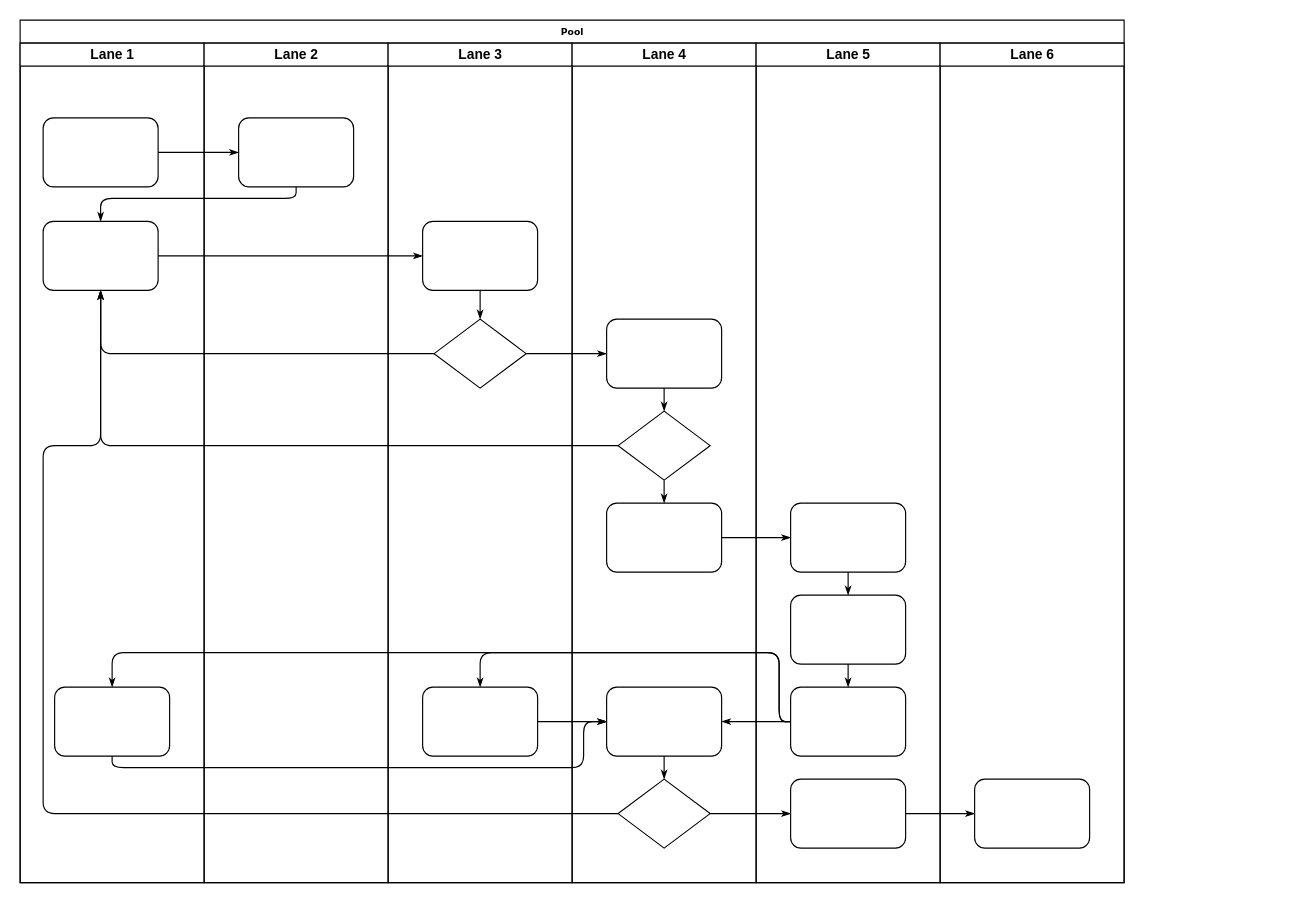
This is RetainerBox.drawio from fdaf11/UML, a draw.io file, before an edit. Source tidied: cells renumbered, new cells numbered last; positions are measured from the earlier drawing's top-left corner, leaving out a move shared by most shapes. Both pictures are drawn from the tidied source at 115%, with x=0, y=0 at pixel (20, 20).
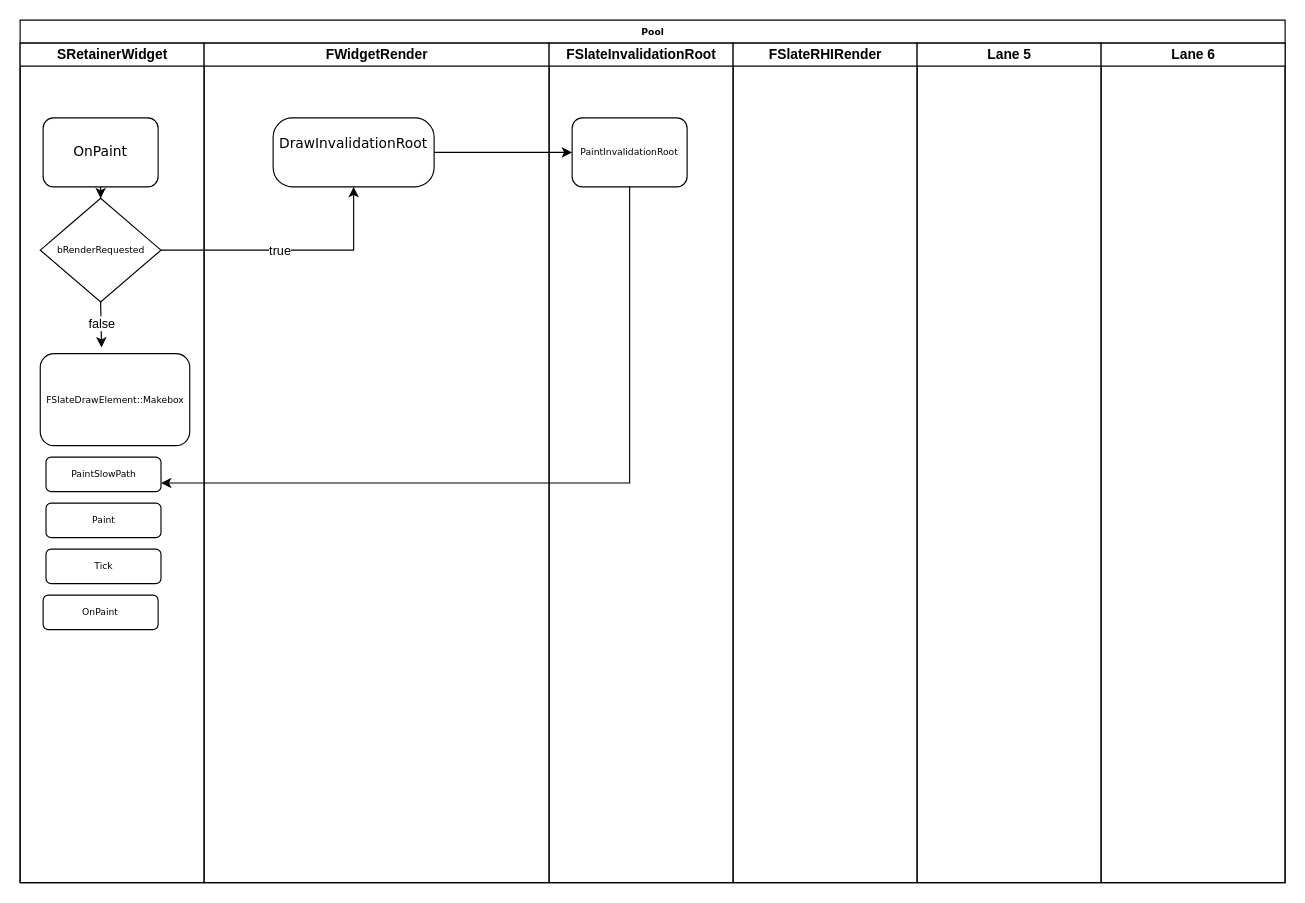
Above is the later version.

The edit, as a diff of the source:
```diff
@@
     <mxCell id="2" value="Pool" style="swimlane;html=1;startSize=20;rounded=0;shadow=0;labelBackgroundColor=none;strokeWidth=1;fontFamily=Verdana;fontSize=8;align=center;" parent="1" vertex="1">
-      <mxGeometry width="960" height="750" as="geometry" />
+      <mxGeometry width="1100" height="750" as="geometry" />
     </mxCell>
-    <mxCell id="3" value="Lane 1" style="swimlane;html=1;startSize=20;" parent="2" vertex="1">
+    <mxCell id="3" value="SRetainerWidget" style="swimlane;html=1;startSize=20;" parent="2" vertex="1">
       <mxGeometry y="20" width="160" height="730" as="geometry" />
     </mxCell>
+    <mxCell id="47" style="edgeStyle=orthogonalEdgeStyle;rounded=0;jettySize=auto;html=1;" parent="3" edge="1" source="4" target="48">
+      <mxGeometry relative="1" as="geometry" />
+    </mxCell>
-    <mxCell id="4" style="rounded=1;whiteSpace=wrap;html=1;shadow=0;labelBackgroundColor=none;strokeWidth=1;fontFamily=Verdana;fontSize=8;align=center;" parent="3" vertex="1">
+    <mxCell id="4" value="&lt;font style=&quot;font-size: 12px;&quot;&gt;OnPaint&lt;/font&gt;" style="rounded=1;whiteSpace=wrap;html=1;shadow=0;labelBackgroundColor=none;strokeWidth=1;fontFamily=Verdana;fontSize=8;align=center;" parent="3" vertex="1">
       <mxGeometry x="20" y="65" width="100" height="60" as="geometry" />
     </mxCell>
-    <mxCell id="5" style="rounded=1;whiteSpace=wrap;html=1;shadow=0;labelBackgroundColor=none;strokeWidth=1;fontFamily=Verdana;fontSize=8;align=center;" parent="3" vertex="1">
-      <mxGeometry x="20" y="155" width="100" height="60" as="geometry" />
-    </mxCell>
-    <mxCell id="6" style="rounded=1;whiteSpace=wrap;html=1;shadow=0;labelBackgroundColor=none;strokeWidth=1;fontFamily=Verdana;fontSize=8;align=center;" parent="3" vertex="1">
-      <mxGeometry x="30" y="560" width="100" height="60" as="geometry" />
+    <mxCell id="6" value="FSlateDrawElement::Makebox" style="rounded=1;whiteSpace=wrap;html=1;shadow=0;labelBackgroundColor=none;strokeWidth=1;fontFamily=Verdana;fontSize=8;align=center;" parent="3" vertex="1">
+      <mxGeometry x="17.5" y="270" width="130" height="80" as="geometry" />
     </mxCell>
-    <mxCell id="7" style="edgeStyle=orthogonalEdgeStyle;rounded=1;html=1;labelBackgroundColor=none;startArrow=none;startFill=0;startSize=5;endArrow=classicThin;endFill=1;endSize=5;jettySize=auto;strokeWidth=1;fontFamily=Verdana;fontSize=8;" parent="2" edge="1" source="4" target="23">
-      <mxGeometry relative="1" as="geometry" />
-    </mxCell>
-    <mxCell id="8" style="edgeStyle=orthogonalEdgeStyle;rounded=1;html=1;labelBackgroundColor=none;startArrow=none;startFill=0;startSize=5;endArrow=classicThin;endFill=1;endSize=5;jettySize=auto;strokeWidth=1;fontFamily=Verdana;fontSize=8;" parent="2" edge="1" source="23" target="5">
-      <mxGeometry relative="1" as="geometry">
-        <Array as="points">
-          <mxPoint x="240" y="155" />
-          <mxPoint x="70" y="155" />
-        </Array>
-      </mxGeometry>
-    </mxCell>
-    <mxCell id="9" style="edgeStyle=orthogonalEdgeStyle;rounded=1;html=1;labelBackgroundColor=none;startArrow=none;startFill=0;startSize=5;endArrow=classicThin;endFill=1;endSize=5;jettySize=auto;strokeWidth=1;fontFamily=Verdana;fontSize=8;" parent="2" edge="1" source="5" target="25">
-      <mxGeometry relative="1" as="geometry" />
-    </mxCell>
-    <mxCell id="10" style="edgeStyle=orthogonalEdgeStyle;rounded=1;html=1;labelBackgroundColor=none;startArrow=none;startFill=0;startSize=5;endArrow=classicThin;endFill=1;endSize=5;jettySize=auto;strokeWidth=1;fontFamily=Verdana;fontSize=8;" parent="2" edge="1" source="26" target="5">
-      <mxGeometry relative="1" as="geometry" />
-    </mxCell>
-    <mxCell id="11" style="edgeStyle=orthogonalEdgeStyle;rounded=1;html=1;labelBackgroundColor=none;startArrow=none;startFill=0;startSize=5;endArrow=classicThin;endFill=1;endSize=5;jettySize=auto;strokeWidth=1;fontFamily=Verdana;fontSize=8;" parent="2" edge="1" source="31" target="5">
-      <mxGeometry relative="1" as="geometry" />
-    </mxCell>
-    <mxCell id="12" style="edgeStyle=orthogonalEdgeStyle;rounded=1;html=1;labelBackgroundColor=none;startArrow=none;startFill=0;startSize=5;endArrow=classicThin;endFill=1;endSize=5;jettySize=auto;strokeWidth=1;fontFamily=Verdana;fontSize=8;" parent="2" edge="1" source="34" target="5">
-      <mxGeometry relative="1" as="geometry">
-        <Array as="points">
-          <mxPoint x="20" y="690" />
-          <mxPoint x="20" y="370" />
-          <mxPoint x="70" y="370" />
-        </Array>
-      </mxGeometry>
-    </mxCell>
-    <mxCell id="13" style="edgeStyle=orthogonalEdgeStyle;rounded=1;html=1;labelBackgroundColor=none;startArrow=none;startFill=0;startSize=5;endArrow=classicThin;endFill=1;endSize=5;jettySize=auto;strokeWidth=1;fontFamily=Verdana;fontSize=8;" parent="2" edge="1" source="26" target="30">
-      <mxGeometry relative="1" as="geometry" />
-    </mxCell>
-    <mxCell id="14" style="edgeStyle=orthogonalEdgeStyle;rounded=1;html=1;labelBackgroundColor=none;startArrow=none;startFill=0;startSize=5;endArrow=classicThin;endFill=1;endSize=5;jettySize=auto;strokeWidth=1;fontFamily=Verdana;fontSize=8;" parent="2" edge="1" source="34" target="42">
-      <mxGeometry relative="1" as="geometry" />
-    </mxCell>
-    <mxCell id="15" style="edgeStyle=orthogonalEdgeStyle;rounded=1;html=1;labelBackgroundColor=none;startArrow=none;startFill=0;startSize=5;endArrow=classicThin;endFill=1;endSize=5;jettySize=auto;strokeWidth=1;fontFamily=Verdana;fontSize=8;" parent="2" edge="1" source="42" target="46">
-      <mxGeometry relative="1" as="geometry" />
-    </mxCell>
-    <mxCell id="16" style="edgeStyle=orthogonalEdgeStyle;rounded=1;html=1;labelBackgroundColor=none;startArrow=none;startFill=0;startSize=5;endArrow=classicThin;endFill=1;endSize=5;jettySize=auto;strokeWidth=1;fontFamily=Verdana;fontSize=8;" parent="2" edge="1" source="32" target="39">
-      <mxGeometry relative="1" as="geometry" />
-    </mxCell>
-    <mxCell id="17" style="edgeStyle=orthogonalEdgeStyle;rounded=1;html=1;labelBackgroundColor=none;startArrow=none;startFill=0;startSize=5;endArrow=classicThin;endFill=1;endSize=5;jettySize=auto;strokeWidth=1;fontFamily=Verdana;fontSize=8;" parent="2" edge="1" source="41" target="27">
-      <mxGeometry relative="1" as="geometry">
-        <Array as="points">
-          <mxPoint x="660" y="610" />
-          <mxPoint x="660" y="550" />
-          <mxPoint x="400" y="550" />
-        </Array>
-      </mxGeometry>
-    </mxCell>
-    <mxCell id="18" style="edgeStyle=orthogonalEdgeStyle;rounded=1;html=1;labelBackgroundColor=none;startArrow=none;startFill=0;startSize=5;endArrow=classicThin;endFill=1;endSize=5;jettySize=auto;strokeColor=#000000;strokeWidth=1;fontFamily=Verdana;fontSize=8;fontColor=#000000;" parent="2" edge="1" source="41" target="33">
-      <mxGeometry relative="1" as="geometry" />
-    </mxCell>
-    <mxCell id="19" style="edgeStyle=orthogonalEdgeStyle;rounded=1;html=1;labelBackgroundColor=none;startArrow=none;startFill=0;startSize=5;endArrow=classicThin;endFill=1;endSize=5;jettySize=auto;strokeWidth=1;fontFamily=Verdana;fontSize=8;" parent="2" edge="1" source="41" target="6">
-      <mxGeometry relative="1" as="geometry">
-        <Array as="points">
-          <mxPoint x="660" y="610" />
-          <mxPoint x="660" y="550" />
-          <mxPoint x="80" y="550" />
-        </Array>
-      </mxGeometry>
-    </mxCell>
-    <mxCell id="20" style="edgeStyle=orthogonalEdgeStyle;rounded=1;html=1;labelBackgroundColor=none;startArrow=none;startFill=0;startSize=5;endArrow=classicThin;endFill=1;endSize=5;jettySize=auto;strokeWidth=1;fontFamily=Verdana;fontSize=8;" parent="2" edge="1" source="6" target="33">
-      <mxGeometry relative="1" as="geometry">
-        <Array as="points">
-          <mxPoint x="80" y="650" />
-          <mxPoint x="490" y="650" />
-          <mxPoint x="490" y="610" />
-        </Array>
-      </mxGeometry>
-    </mxCell>
-    <mxCell id="21" style="edgeStyle=orthogonalEdgeStyle;rounded=1;html=1;labelBackgroundColor=none;startArrow=none;startFill=0;startSize=5;endArrow=classicThin;endFill=1;endSize=5;jettySize=auto;strokeWidth=1;fontFamily=Verdana;fontSize=8;" parent="2" edge="1" source="27" target="33">
-      <mxGeometry relative="1" as="geometry" />
-    </mxCell>
+    <mxCell id="48" value="bRenderRequested" style="rhombus;whiteSpace=wrap;html=1;fontSize=8;fontFamily=Verdana;rounded=1;shadow=0;labelBackgroundColor=none;strokeWidth=1;arcSize=0;" parent="3" vertex="1">
+      <mxGeometry x="17.5" y="135" width="105" height="90" as="geometry" />
+    </mxCell>
+    <mxCell id="49" style="edgeStyle=orthogonalEdgeStyle;rounded=0;jettySize=auto;html=1;exitX=0.5;exitY=1;exitDx=0;exitDy=0;entryX=0.41;entryY=-0.067;entryDx=0;entryDy=0;entryPerimeter=0;" parent="3" edge="1" source="48" target="6">
+      <mxGeometry relative="1" as="geometry" />
+    </mxCell>
+    <mxCell id="50" value="false" style="edgeLabel;html=1;align=center;verticalAlign=middle;" parent="49" vertex="1">
+      <mxGeometry x="-0.04" relative="1" as="geometry" />
+    </mxCell>
+    <mxCell id="51" value="PaintSlowPath" style="rounded=1;whiteSpace=wrap;html=1;shadow=0;labelBackgroundColor=none;strokeWidth=1;fontFamily=Verdana;fontSize=8;align=center;" parent="3" vertex="1">
+      <mxGeometry x="22.5" y="360" width="100" height="30" as="geometry" />
+    </mxCell>
+    <mxCell id="52" value="Paint" style="rounded=1;whiteSpace=wrap;html=1;shadow=0;labelBackgroundColor=none;strokeWidth=1;fontFamily=Verdana;fontSize=8;align=center;" parent="3" vertex="1">
+      <mxGeometry x="22.5" y="400" width="100" height="30" as="geometry" />
+    </mxCell>
+    <mxCell id="53" value="Tick" style="rounded=1;whiteSpace=wrap;html=1;shadow=0;labelBackgroundColor=none;strokeWidth=1;fontFamily=Verdana;fontSize=8;align=center;" parent="3" vertex="1">
+      <mxGeometry x="22.5" y="440" width="100" height="30" as="geometry" />
+    </mxCell>
+    <mxCell id="54" value="OnPaint" style="rounded=1;whiteSpace=wrap;html=1;shadow=0;labelBackgroundColor=none;strokeWidth=1;fontFamily=Verdana;fontSize=8;align=center;" parent="3" vertex="1">
+      <mxGeometry x="20" y="480" width="100" height="30" as="geometry" />
+    </mxCell>
-    <mxCell id="22" value="Lane 2" style="swimlane;html=1;startSize=20;" parent="2" vertex="1">
-      <mxGeometry x="160" y="20" width="160" height="730" as="geometry" />
+    <mxCell id="22" value="FWidgetRender" style="swimlane;html=1;startSize=20;" parent="2" vertex="1">
+      <mxGeometry x="160" y="20" width="300" height="730" as="geometry" />
     </mxCell>
-    <mxCell id="23" style="rounded=1;whiteSpace=wrap;html=1;shadow=0;labelBackgroundColor=none;strokeWidth=1;fontFamily=Verdana;fontSize=8;align=center;" parent="22" vertex="1">
-      <mxGeometry x="30" y="65" width="100" height="60" as="geometry" />
+    <mxCell id="23" value="&lt;span style=&quot;font-size: 12px;&quot;&gt;DrawInvalidationRoot&lt;/span&gt;&lt;div&gt;&lt;span style=&quot;font-size: 12px;&quot;&gt;&lt;br&gt;&lt;/span&gt;&lt;/div&gt;" style="rounded=1;whiteSpace=wrap;html=1;shadow=0;labelBackgroundColor=none;strokeWidth=1;fontFamily=Verdana;fontSize=8;align=center;arcSize=28;" parent="22" vertex="1">
+      <mxGeometry x="60" y="65" width="140" height="60" as="geometry" />
     </mxCell>
-    <mxCell id="24" value="Lane 3" style="swimlane;html=1;startSize=20;" parent="2" vertex="1">
-      <mxGeometry x="320" y="20" width="160" height="730" as="geometry" />
+    <mxCell id="24" value="FSlateInvalidationRoot" style="swimlane;html=1;startSize=20;" parent="2" vertex="1">
+      <mxGeometry x="460" y="20" width="160" height="730" as="geometry" />
     </mxCell>
-    <mxCell id="25" style="rounded=1;whiteSpace=wrap;html=1;shadow=0;labelBackgroundColor=none;strokeWidth=1;fontFamily=Verdana;fontSize=8;align=center;" parent="24" vertex="1">
-      <mxGeometry x="30" y="155" width="100" height="60" as="geometry" />
+    <mxCell id="25" value="PaintInvalidationRoot" style="rounded=1;whiteSpace=wrap;html=1;shadow=0;labelBackgroundColor=none;strokeWidth=1;fontFamily=Verdana;fontSize=8;align=center;" parent="24" vertex="1">
+      <mxGeometry x="20" y="65" width="100" height="60" as="geometry" />
     </mxCell>
-    <mxCell id="26" style="rhombus;whiteSpace=wrap;html=1;rounded=0;shadow=0;labelBackgroundColor=none;strokeWidth=1;fontFamily=Verdana;fontSize=8;align=center;" parent="24" vertex="1">
-      <mxGeometry x="40" y="240" width="80" height="60" as="geometry" />
-    </mxCell>
-    <mxCell id="27" style="rounded=1;whiteSpace=wrap;html=1;shadow=0;labelBackgroundColor=none;strokeWidth=1;fontFamily=Verdana;fontSize=8;align=center;" parent="24" vertex="1">
-      <mxGeometry x="30" y="560" width="100" height="60" as="geometry" />
-    </mxCell>
-    <mxCell id="28" style="edgeStyle=orthogonalEdgeStyle;rounded=1;html=1;labelBackgroundColor=none;startArrow=none;startFill=0;startSize=5;endArrow=classicThin;endFill=1;endSize=5;jettySize=auto;strokeWidth=1;fontFamily=Verdana;fontSize=8;" parent="24" edge="1" source="25" target="26">
-      <mxGeometry relative="1" as="geometry" />
-    </mxCell>
-    <mxCell id="29" value="Lane 4" style="swimlane;html=1;startSize=20;" parent="2" vertex="1">
-      <mxGeometry x="480" y="20" width="160" height="730" as="geometry" />
+    <mxCell id="29" value="FSlateRHIRender" style="swimlane;html=1;startSize=20;" parent="2" vertex="1">
+      <mxGeometry x="620" y="20" width="160" height="730" as="geometry" />
     </mxCell>
-    <mxCell id="30" style="rounded=1;whiteSpace=wrap;html=1;shadow=0;labelBackgroundColor=none;strokeWidth=1;fontFamily=Verdana;fontSize=8;align=center;" parent="29" vertex="1">
-      <mxGeometry x="30" y="240" width="100" height="60" as="geometry" />
-    </mxCell>
-    <mxCell id="31" style="rhombus;whiteSpace=wrap;html=1;rounded=0;shadow=0;labelBackgroundColor=none;strokeWidth=1;fontFamily=Verdana;fontSize=8;align=center;" parent="29" vertex="1">
-      <mxGeometry x="40" y="320" width="80" height="60" as="geometry" />
-    </mxCell>
-    <mxCell id="32" style="rounded=1;whiteSpace=wrap;html=1;shadow=0;labelBackgroundColor=none;strokeWidth=1;fontFamily=Verdana;fontSize=8;align=center;" parent="29" vertex="1">
-      <mxGeometry x="30" y="400" width="100" height="60" as="geometry" />
-    </mxCell>
-    <mxCell id="33" style="rounded=1;whiteSpace=wrap;html=1;shadow=0;labelBackgroundColor=none;strokeWidth=1;fontFamily=Verdana;fontSize=8;align=center;" parent="29" vertex="1">
-      <mxGeometry x="30" y="560" width="100" height="60" as="geometry" />
-    </mxCell>
-    <mxCell id="34" style="rhombus;whiteSpace=wrap;html=1;rounded=0;shadow=0;labelBackgroundColor=none;strokeWidth=1;fontFamily=Verdana;fontSize=8;align=center;" parent="29" vertex="1">
-      <mxGeometry x="40" y="640" width="80" height="60" as="geometry" />
-    </mxCell>
-    <mxCell id="35" style="edgeStyle=orthogonalEdgeStyle;rounded=1;html=1;labelBackgroundColor=none;startArrow=none;startFill=0;startSize=5;endArrow=classicThin;endFill=1;endSize=5;jettySize=auto;strokeColor=#000000;strokeWidth=1;fontFamily=Verdana;fontSize=8;fontColor=#000000;" parent="29" edge="1" source="30" target="31">
-      <mxGeometry relative="1" as="geometry" />
-    </mxCell>
-    <mxCell id="36" style="edgeStyle=orthogonalEdgeStyle;rounded=1;html=1;labelBackgroundColor=none;startArrow=none;startFill=0;startSize=5;endArrow=classicThin;endFill=1;endSize=5;jettySize=auto;strokeWidth=1;fontFamily=Verdana;fontSize=8;" parent="29" edge="1" source="31" target="32">
-      <mxGeometry relative="1" as="geometry" />
-    </mxCell>
-    <mxCell id="37" style="edgeStyle=orthogonalEdgeStyle;rounded=1;html=1;labelBackgroundColor=none;startArrow=none;startFill=0;startSize=5;endArrow=classicThin;endFill=1;endSize=5;jettySize=auto;strokeWidth=1;fontFamily=Verdana;fontSize=8;" parent="29" edge="1" source="33" target="34">
-      <mxGeometry relative="1" as="geometry" />
-    </mxCell>
     <mxCell id="38" value="Lane 5" style="swimlane;html=1;startSize=20;" parent="2" vertex="1">
-      <mxGeometry x="640" y="20" width="160" height="730" as="geometry" />
+      <mxGeometry x="780" y="20" width="160" height="730" as="geometry" />
     </mxCell>
-    <mxCell id="39" style="rounded=1;whiteSpace=wrap;html=1;shadow=0;labelBackgroundColor=none;strokeWidth=1;fontFamily=Verdana;fontSize=8;align=center;" parent="38" vertex="1">
-      <mxGeometry x="30" y="400" width="100" height="60" as="geometry" />
-    </mxCell>
-    <mxCell id="40" style="rounded=1;whiteSpace=wrap;html=1;shadow=0;labelBackgroundColor=none;strokeWidth=1;fontFamily=Verdana;fontSize=8;align=center;" parent="38" vertex="1">
-      <mxGeometry x="30" y="480" width="100" height="60" as="geometry" />
-    </mxCell>
-    <mxCell id="41" style="rounded=1;whiteSpace=wrap;html=1;shadow=0;labelBackgroundColor=none;strokeWidth=1;fontFamily=Verdana;fontSize=8;align=center;" parent="38" vertex="1">
-      <mxGeometry x="30" y="560" width="100" height="60" as="geometry" />
-    </mxCell>
-    <mxCell id="42" style="rounded=1;whiteSpace=wrap;html=1;shadow=0;labelBackgroundColor=none;strokeWidth=1;fontFamily=Verdana;fontSize=8;align=center;" parent="38" vertex="1">
-      <mxGeometry x="30" y="640" width="100" height="60" as="geometry" />
-    </mxCell>
-    <mxCell id="43" style="edgeStyle=orthogonalEdgeStyle;rounded=1;html=1;labelBackgroundColor=none;startArrow=none;startFill=0;startSize=5;endArrow=classicThin;endFill=1;endSize=5;jettySize=auto;strokeWidth=1;fontFamily=Verdana;fontSize=8;" parent="38" edge="1" source="39" target="40">
-      <mxGeometry relative="1" as="geometry" />
-    </mxCell>
-    <mxCell id="44" style="edgeStyle=orthogonalEdgeStyle;rounded=1;html=1;labelBackgroundColor=none;startArrow=none;startFill=0;startSize=5;endArrow=classicThin;endFill=1;endSize=5;jettySize=auto;strokeWidth=1;fontFamily=Verdana;fontSize=8;" parent="38" edge="1" source="40" target="41">
-      <mxGeometry relative="1" as="geometry" />
-    </mxCell>
     <mxCell id="45" value="Lane 6" style="swimlane;html=1;startSize=20;" parent="2" vertex="1">
-      <mxGeometry x="800" y="20" width="160" height="730" as="geometry" />
+      <mxGeometry x="940" y="20" width="160" height="730" as="geometry" />
     </mxCell>
-    <mxCell id="46" style="rounded=1;whiteSpace=wrap;html=1;shadow=0;labelBackgroundColor=none;strokeWidth=1;fontFamily=Verdana;fontSize=8;align=center;" parent="45" vertex="1">
-      <mxGeometry x="30" y="640" width="100" height="60" as="geometry" />
-    </mxCell>
+    <mxCell id="55" style="edgeStyle=orthogonalEdgeStyle;rounded=0;jettySize=auto;html=1;exitX=1;exitY=0.5;exitDx=0;exitDy=0;" parent="2" edge="1" source="48" target="23">
+      <mxGeometry relative="1" as="geometry" />
+    </mxCell>
+    <mxCell id="56" value="true" style="edgeLabel;html=1;align=center;verticalAlign=middle;" parent="55" vertex="1">
+      <mxGeometry x="-0.08" relative="1" as="geometry">
+        <mxPoint x="1" as="offset" />
+      </mxGeometry>
+    </mxCell>
+    <mxCell id="57" style="edgeStyle=orthogonalEdgeStyle;rounded=0;jettySize=auto;html=1;exitX=1;exitY=0.5;exitDx=0;exitDy=0;entryX=0;entryY=0.5;entryDx=0;entryDy=0;" parent="2" edge="1" source="23" target="25">
+      <mxGeometry relative="1" as="geometry" />
+    </mxCell>
+    <mxCell id="58" style="edgeStyle=orthogonalEdgeStyle;rounded=0;jettySize=auto;html=1;exitX=0.5;exitY=1;exitDx=0;exitDy=0;entryX=1;entryY=0.75;entryDx=0;entryDy=0;" parent="2" edge="1" source="25" target="51">
+      <mxGeometry relative="1" as="geometry" />
+    </mxCell>
```
